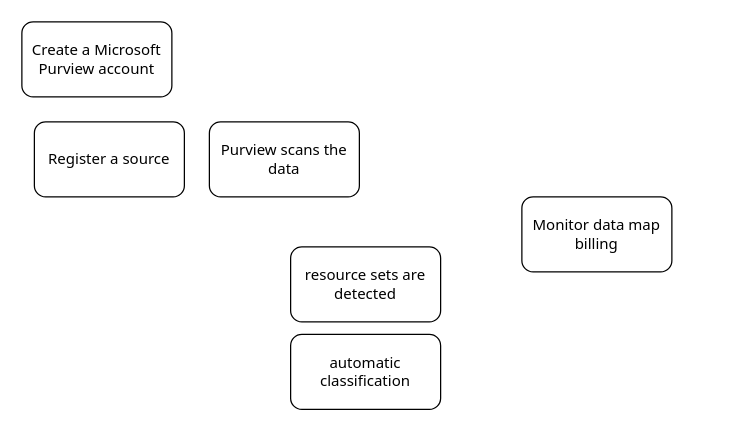
The draw.io diagram page "azure purview lifecycle" (6 of 6) of Data Governance.drawio in kanchantewary/MindMaps, before the edit. Source tidied: cells renumbered, new cells numbered last; positions are measured from the earlier drawing's top-left corner, leaving out a move shared by most shapes. Both pictures are drawn from the tidied source at 125%, with x=0, y=0 at pixel (21, 21).
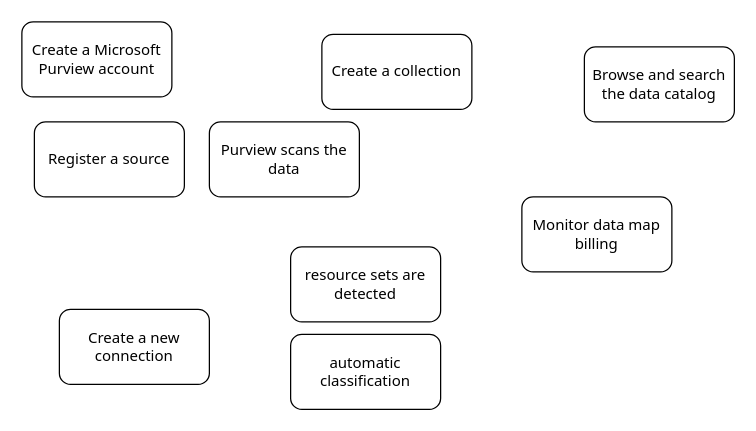
After the change.

The edit, as a diff of the source:
```diff
@@
 <mxGraphModel>
   <root>
     <mxCell id="0" />
     <mxCell id="1" parent="0" />
     <mxCell id="2" value="Register a source" style="rounded=1;whiteSpace=wrap;html=1;fontFamily=Tahoma;" parent="1" vertex="1">
       <mxGeometry x="10" y="80" width="120" height="60" as="geometry" />
     </mxCell>
     <mxCell id="3" value="Purview scans the data" style="rounded=1;whiteSpace=wrap;html=1;fontFamily=Tahoma;" parent="1" vertex="1">
       <mxGeometry x="150" y="80" width="120" height="60" as="geometry" />
     </mxCell>
     <mxCell id="4" value="resource sets are detected" style="rounded=1;whiteSpace=wrap;html=1;fontFamily=Tahoma;" parent="1" vertex="1">
       <mxGeometry x="215" y="180" width="120" height="60" as="geometry" />
     </mxCell>
     <mxCell id="5" value="automatic classification" style="rounded=1;whiteSpace=wrap;html=1;fontFamily=Tahoma;" parent="1" vertex="1">
       <mxGeometry x="215" y="250" width="120" height="60" as="geometry" />
     </mxCell>
     <mxCell id="6" value="Create a Microsoft Purview account" style="rounded=1;whiteSpace=wrap;html=1;fontFamily=Tahoma;" parent="1" vertex="1">
       <mxGeometry width="120" height="60" as="geometry" />
     </mxCell>
     <mxCell id="7" value="Monitor data map billing" style="rounded=1;whiteSpace=wrap;html=1;fontFamily=Tahoma;" parent="1" vertex="1">
       <mxGeometry x="400" y="140" width="120" height="60" as="geometry" />
     </mxCell>
+    <mxCell id="8" value="Create a collection" style="rounded=1;whiteSpace=wrap;html=1;fontFamily=Tahoma;" parent="1" vertex="1">
+      <mxGeometry x="240" y="10" width="120" height="60" as="geometry" />
+    </mxCell>
+    <mxCell id="9" value="Browse and search the data catalog" style="rounded=1;whiteSpace=wrap;html=1;fontFamily=Tahoma;" parent="1" vertex="1">
+      <mxGeometry x="450" y="20" width="120" height="60" as="geometry" />
+    </mxCell>
+    <mxCell id="10" value="Create a new connection" style="rounded=1;whiteSpace=wrap;html=1;fontFamily=Tahoma;" parent="1" vertex="1">
+      <mxGeometry x="30" y="230" width="120" height="60" as="geometry" />
+    </mxCell>
   </root>
 </mxGraphModel>
```
